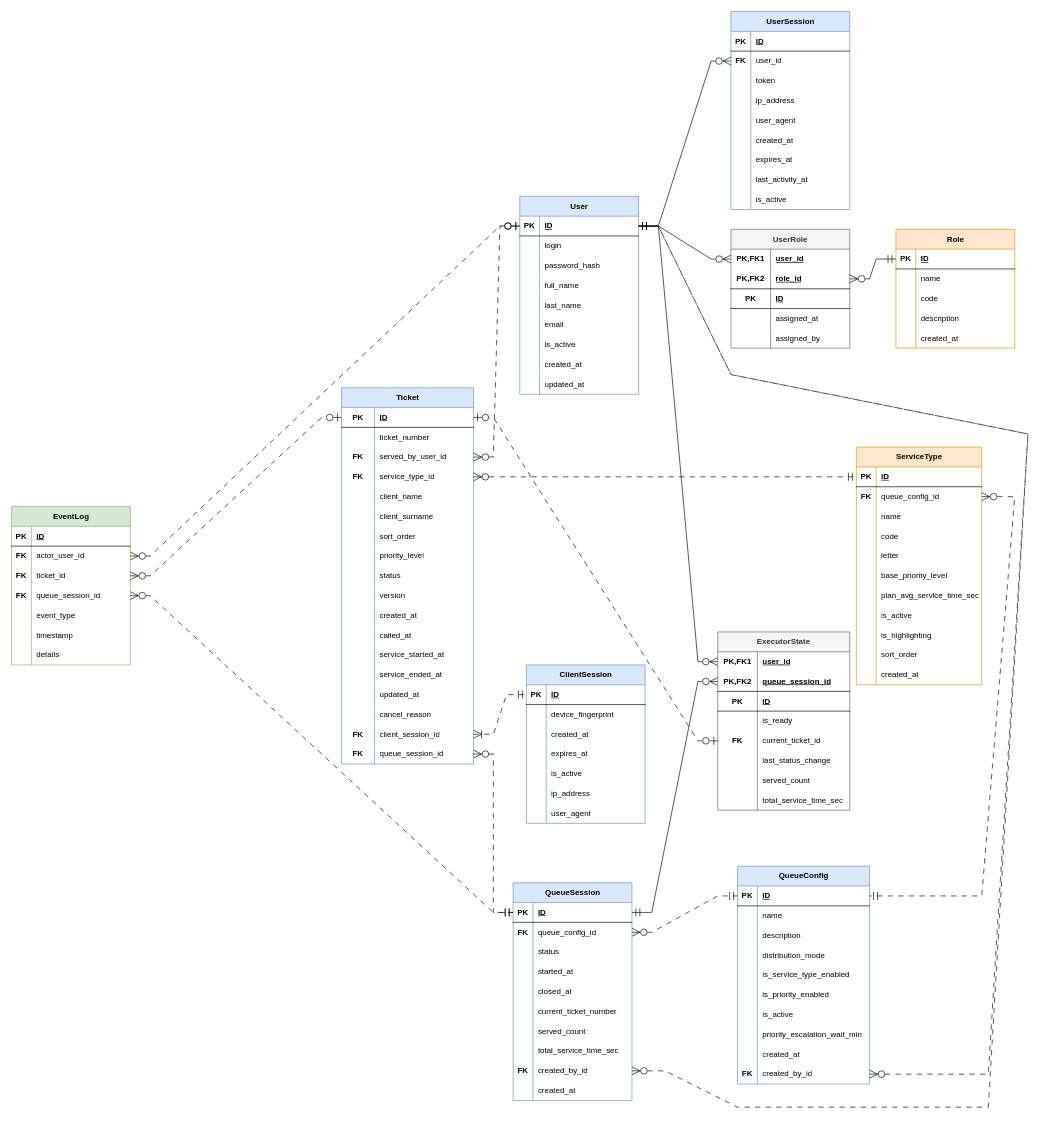
Above: design-sourses/data/logical-data-model.drawio in DaL1ner/virtual_queue_management_system (draw.io), before the change. Source tidied: cells renumbered, new cells numbered last; positions are measured from the earlier drawing's top-left corner, leaving out a move shared by most shapes. Both pictures are drawn from the tidied source at 66%, with x=0, y=0 at pixel (11, 11).
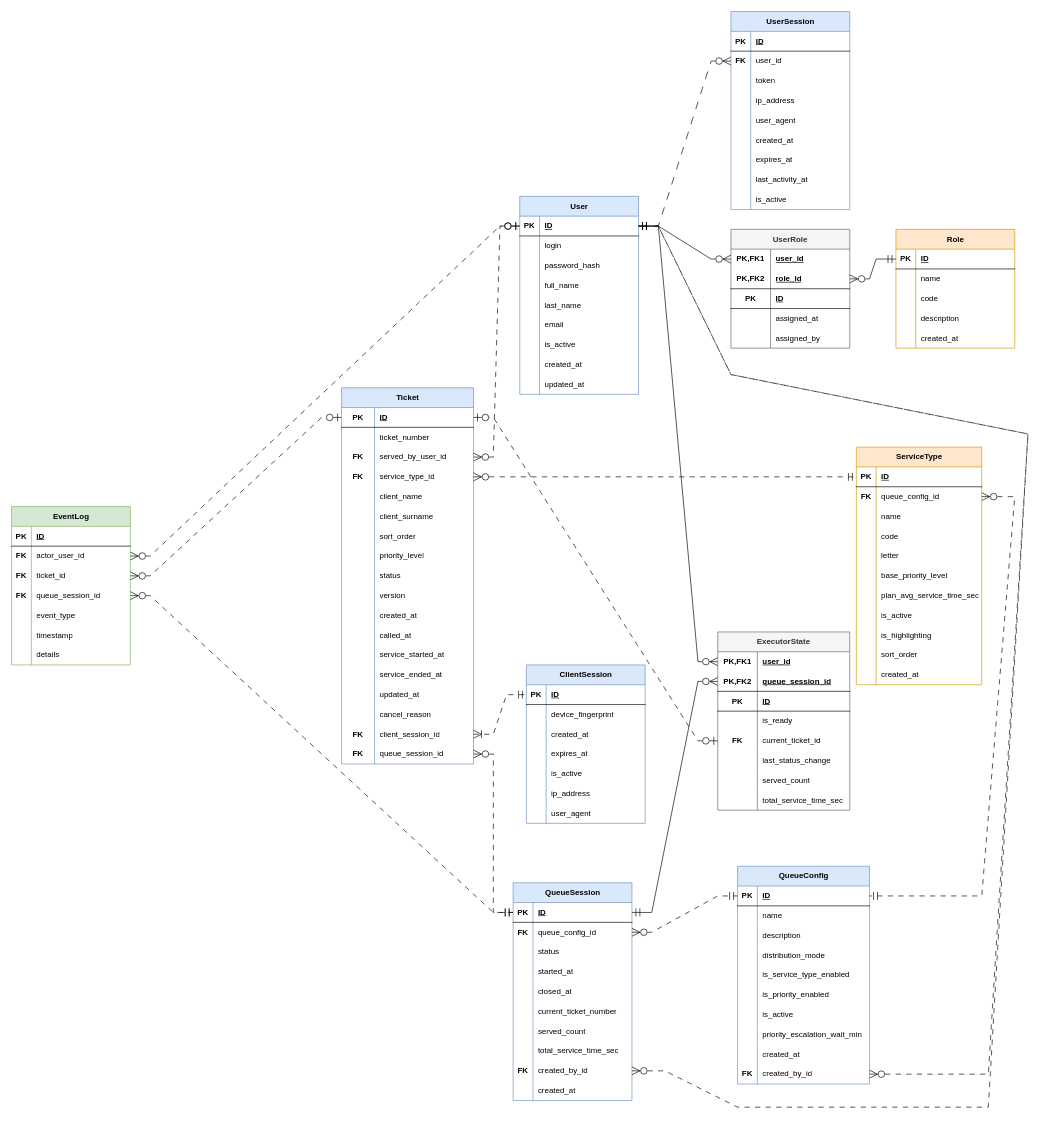
The same diagram, later.

Unchanged cells that the change refers to:
```xml
<mxCell id="3" style="shape=tableRow;horizontal=0;startSize=0;swimlaneHead=0;swimlaneBody=0;fillColor=none;points=[[0,0.5],[1,0.5]];portConstraint=eastwest;top=0;left=0;right=0;bottom=1;" parent="2" vertex="1">
  <mxGeometry y="30" width="180" height="30" as="geometry" />
</mxCell>
<mxCell id="302" style="shape=tableRow;horizontal=0;startSize=0;swimlaneHead=0;swimlaneBody=0;fillColor=none;points=[[0,0.5],[1,0.5]];portConstraint=eastwest;top=0;left=0;right=0;bottom=0;" parent="298" vertex="1">
  <mxGeometry y="60" width="180" height="30" as="geometry" />
</mxCell>
```

Change to the diagram source:
```diff
@@
-    <mxCell id="326" style="edgeStyle=entityRelationEdgeStyle;rounded=0;jettySize=auto;html=1;exitX=1;exitY=0.5;exitDx=0;exitDy=0;entryX=0;entryY=0.5;entryDx=0;entryDy=0;startArrow=ERmandOne;startFill=0;endArrow=ERzeroToMany;endFill=0;startSize=10;endSize=10;" parent="1" edge="1" source="3" target="302">
+    <mxCell id="326" style="edgeStyle=entityRelationEdgeStyle;rounded=0;jettySize=auto;html=1;exitX=1;exitY=0.5;exitDx=0;exitDy=0;entryX=0;entryY=0.5;entryDx=0;entryDy=0;startArrow=ERmandOne;startFill=0;endArrow=ERzeroToMany;endFill=0;startSize=10;endSize=10;dashed=1;dashPattern=12 12;" parent="1" edge="1" source="3" target="302">
       <mxGeometry relative="1" as="geometry" />
     </mxCell>
```
